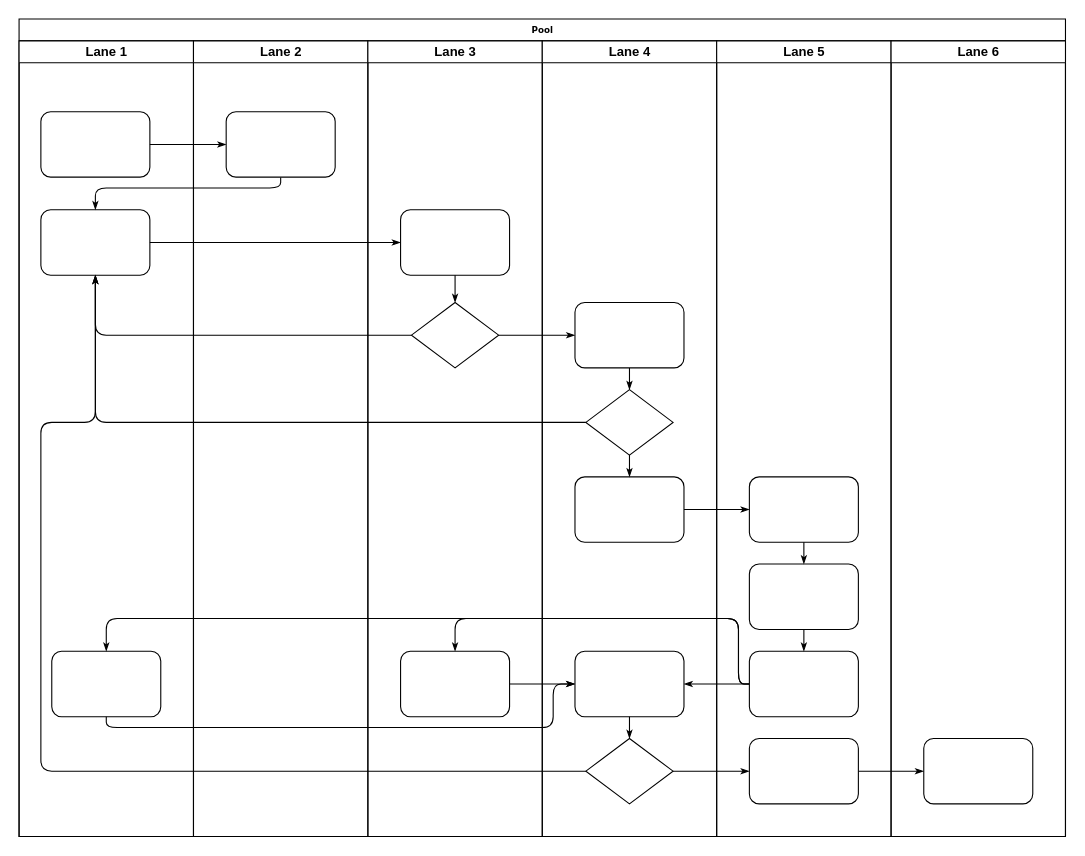
Above: Untitled Diagram.drawio in YellowDragonLive/500lines (draw.io), before the change. Source tidied: cells renumbered, new cells numbered last; positions are measured from the earlier drawing's top-left corner, leaving out a move shared by most shapes. Both pictures are drawn from the tidied source at 109%, with x=0, y=0 at pixel (19, 19).
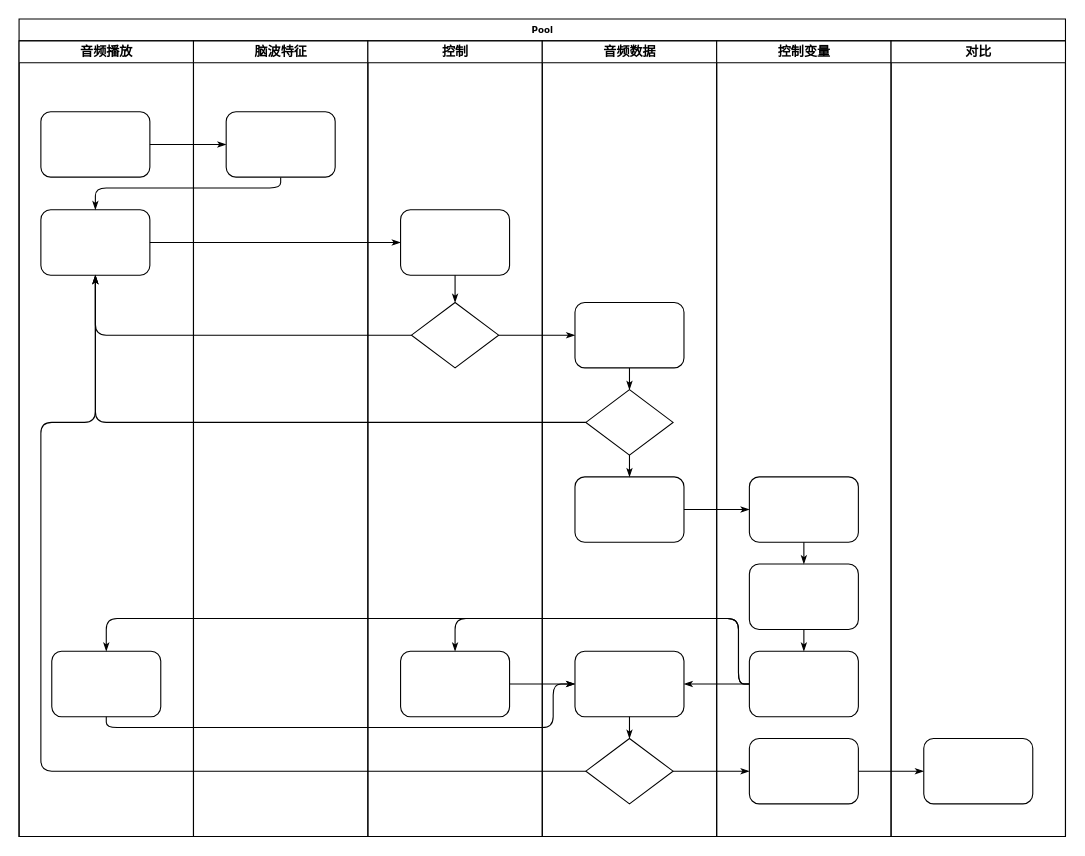
Above is the later version.

Unchanged cells that the change refers to:
```xml
<mxCell id="2" value="Pool" style="swimlane;html=1;startSize=20;rounded=0;shadow=0;labelBackgroundColor=none;strokeWidth=1;fontFamily=Verdana;fontSize=8;align=center;" parent="1" vertex="1">
  <mxGeometry width="960" height="750" as="geometry" />
</mxCell>
```

Change to the diagram source:
```diff
@@
-    <mxCell id="3" value="Lane 1" style="swimlane;html=1;startSize=20;" parent="2" vertex="1">
+    <mxCell id="3" value="音频播放" style="swimlane;html=1;startSize=20;" parent="2" vertex="1">
       <mxGeometry y="20" width="160" height="730" as="geometry" />
     </mxCell>
@@
-    <mxCell id="22" value="Lane 2" style="swimlane;html=1;startSize=20;" parent="2" vertex="1">
+    <mxCell id="22" value="脑波特征" style="swimlane;html=1;startSize=20;" parent="2" vertex="1">
       <mxGeometry x="160" y="20" width="160" height="730" as="geometry" />
     </mxCell>
@@
-    <mxCell id="24" value="Lane 3" style="swimlane;html=1;startSize=20;" parent="2" vertex="1">
+    <mxCell id="24" value="控制" style="swimlane;html=1;startSize=20;" parent="2" vertex="1">
       <mxGeometry x="320" y="20" width="160" height="730" as="geometry" />
     </mxCell>
@@
-    <mxCell id="29" value="Lane 4" style="swimlane;html=1;startSize=20;" parent="2" vertex="1">
+    <mxCell id="29" value="音频数据" style="swimlane;html=1;startSize=20;" parent="2" vertex="1">
       <mxGeometry x="480" y="20" width="160" height="730" as="geometry" />
     </mxCell>
@@
-    <mxCell id="38" value="Lane 5" style="swimlane;html=1;startSize=20;" parent="2" vertex="1">
+    <mxCell id="38" value="控制变量" style="swimlane;html=1;startSize=20;" parent="2" vertex="1">
       <mxGeometry x="640" y="20" width="160" height="730" as="geometry" />
     </mxCell>
@@
-    <mxCell id="45" value="Lane 6" style="swimlane;html=1;startSize=20;" parent="2" vertex="1">
+    <mxCell id="45" value="对比" style="swimlane;html=1;startSize=20;" parent="2" vertex="1">
       <mxGeometry x="800" y="20" width="160" height="730" as="geometry" />
     </mxCell>
```
